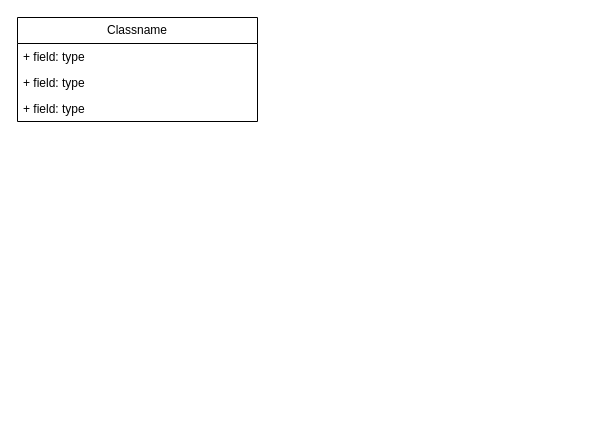
Above: docs/database.drawio in ViniciusCN9/nevermind-server (draw.io), before the change. Source tidied: cells renumbered, new cells numbered last; positions are measured from the earlier drawing's top-left corner, leaving out a move shared by most shapes. Both pictures are drawn from the tidied source at 100%, with x=0, y=0 at pixel (17, 17).
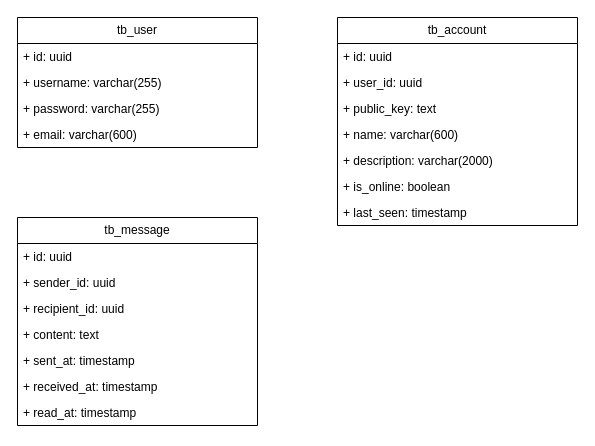
Above is the later version.

Commit message (it also covers changes not shown here):
Configuração inicial

Diff of the diagram source:
```diff
@@
-    <mxCell id="2" value="Classname" style="swimlane;fontStyle=0;horizontal=1;startSize=26;fillColor=none;whiteSpace=wrap;html=1;" parent="1" vertex="1">
-      <mxGeometry width="240" height="104" as="geometry" />
+    <mxCell id="2" value="tb_user" style="swimlane;fontStyle=0;horizontal=1;startSize=26;fillColor=none;whiteSpace=wrap;html=1;" parent="1" vertex="1">
+      <mxGeometry width="240" height="130" as="geometry" />
     </mxCell>
-    <mxCell id="3" value="+ field: type" style="text;strokeColor=none;fillColor=none;align=left;verticalAlign=top;spacingLeft=4;spacingRight=4;overflow=hidden;whiteSpace=wrap;html=1;" parent="2" vertex="1">
+    <mxCell id="3" value="+ id: uuid" style="text;strokeColor=none;fillColor=none;align=left;verticalAlign=top;spacingLeft=4;spacingRight=4;overflow=hidden;whiteSpace=wrap;html=1;" parent="2" vertex="1">
       <mxGeometry y="26" width="240" height="26" as="geometry" />
     </mxCell>
-    <mxCell id="4" value="+ field: type" style="text;strokeColor=none;fillColor=none;align=left;verticalAlign=top;spacingLeft=4;spacingRight=4;overflow=hidden;whiteSpace=wrap;html=1;" parent="2" vertex="1">
+    <mxCell id="4" value="+ username: varchar(255)" style="text;strokeColor=none;fillColor=none;align=left;verticalAlign=top;spacingLeft=4;spacingRight=4;overflow=hidden;whiteSpace=wrap;html=1;" parent="2" vertex="1">
       <mxGeometry y="52" width="240" height="26" as="geometry" />
     </mxCell>
-    <mxCell id="5" value="+ field: type" style="text;strokeColor=none;fillColor=none;align=left;verticalAlign=top;spacingLeft=4;spacingRight=4;overflow=hidden;whiteSpace=wrap;html=1;" parent="2" vertex="1">
-      <mxGeometry y="78" width="240" height="26" as="geometry" />
-    </mxCell>
+    <mxCell id="6" value="+ password: varchar(255)" style="text;strokeColor=none;fillColor=none;align=left;verticalAlign=top;spacingLeft=4;spacingRight=4;overflow=hidden;whiteSpace=wrap;html=1;" parent="2" vertex="1">
+      <mxGeometry y="78" width="240" height="26" as="geometry" />
+    </mxCell>
+    <mxCell id="7" value="+ email: varchar(600)" style="text;strokeColor=none;fillColor=none;align=left;verticalAlign=top;spacingLeft=4;spacingRight=4;overflow=hidden;whiteSpace=wrap;html=1;" parent="2" vertex="1">
+      <mxGeometry y="104" width="240" height="26" as="geometry" />
+    </mxCell>
+    <mxCell id="8" value="tb_account" style="swimlane;fontStyle=0;horizontal=1;startSize=26;fillColor=none;whiteSpace=wrap;html=1;" parent="1" vertex="1">
+      <mxGeometry x="320" width="240" height="208" as="geometry" />
+    </mxCell>
+    <mxCell id="9" value="+ id: uuid" style="text;strokeColor=none;fillColor=none;align=left;verticalAlign=top;spacingLeft=4;spacingRight=4;overflow=hidden;whiteSpace=wrap;html=1;" parent="8" vertex="1">
+      <mxGeometry y="26" width="240" height="26" as="geometry" />
+    </mxCell>
+    <mxCell id="10" value="+ user_id: uuid" style="text;strokeColor=none;fillColor=none;align=left;verticalAlign=top;spacingLeft=4;spacingRight=4;overflow=hidden;whiteSpace=wrap;html=1;" parent="8" vertex="1">
+      <mxGeometry y="52" width="240" height="26" as="geometry" />
+    </mxCell>
+    <mxCell id="11" value="+ public_key: text" style="text;strokeColor=none;fillColor=none;align=left;verticalAlign=top;spacingLeft=4;spacingRight=4;overflow=hidden;whiteSpace=wrap;html=1;" parent="8" vertex="1">
+      <mxGeometry y="78" width="240" height="26" as="geometry" />
+    </mxCell>
+    <mxCell id="12" value="+ name: varchar(600)" style="text;strokeColor=none;fillColor=none;align=left;verticalAlign=top;spacingLeft=4;spacingRight=4;overflow=hidden;whiteSpace=wrap;html=1;" parent="8" vertex="1">
+      <mxGeometry y="104" width="240" height="26" as="geometry" />
+    </mxCell>
+    <mxCell id="13" value="+ description: varchar(2000)" style="text;strokeColor=none;fillColor=none;align=left;verticalAlign=top;spacingLeft=4;spacingRight=4;overflow=hidden;whiteSpace=wrap;html=1;" parent="8" vertex="1">
+      <mxGeometry y="130" width="240" height="26" as="geometry" />
+    </mxCell>
+    <mxCell id="14" value="+ is_online: boolean" style="text;strokeColor=none;fillColor=none;align=left;verticalAlign=top;spacingLeft=4;spacingRight=4;overflow=hidden;whiteSpace=wrap;html=1;" parent="8" vertex="1">
+      <mxGeometry y="156" width="240" height="26" as="geometry" />
+    </mxCell>
+    <mxCell id="15" value="+ last_seen: timestamp" style="text;strokeColor=none;fillColor=none;align=left;verticalAlign=top;spacingLeft=4;spacingRight=4;overflow=hidden;whiteSpace=wrap;html=1;" parent="8" vertex="1">
+      <mxGeometry y="182" width="240" height="26" as="geometry" />
+    </mxCell>
+    <mxCell id="16" value="tb_message" style="swimlane;fontStyle=0;horizontal=1;startSize=26;fillColor=none;whiteSpace=wrap;html=1;" parent="1" vertex="1">
+      <mxGeometry y="200" width="240" height="208" as="geometry" />
+    </mxCell>
+    <mxCell id="17" value="+ id: uuid" style="text;strokeColor=none;fillColor=none;align=left;verticalAlign=top;spacingLeft=4;spacingRight=4;overflow=hidden;whiteSpace=wrap;html=1;" parent="16" vertex="1">
+      <mxGeometry y="26" width="240" height="26" as="geometry" />
+    </mxCell>
+    <mxCell id="18" value="+ sender_id: uuid" style="text;strokeColor=none;fillColor=none;align=left;verticalAlign=top;spacingLeft=4;spacingRight=4;overflow=hidden;whiteSpace=wrap;html=1;" parent="16" vertex="1">
+      <mxGeometry y="52" width="240" height="26" as="geometry" />
+    </mxCell>
+    <mxCell id="19" value="+ recipient_id: uuid" style="text;strokeColor=none;fillColor=none;align=left;verticalAlign=top;spacingLeft=4;spacingRight=4;overflow=hidden;whiteSpace=wrap;html=1;" parent="16" vertex="1">
+      <mxGeometry y="78" width="240" height="26" as="geometry" />
+    </mxCell>
+    <mxCell id="20" value="+ content: text" style="text;strokeColor=none;fillColor=none;align=left;verticalAlign=top;spacingLeft=4;spacingRight=4;overflow=hidden;whiteSpace=wrap;html=1;" parent="16" vertex="1">
+      <mxGeometry y="104" width="240" height="26" as="geometry" />
+    </mxCell>
+    <mxCell id="21" value="+ sent_at: timestamp" style="text;strokeColor=none;fillColor=none;align=left;verticalAlign=top;spacingLeft=4;spacingRight=4;overflow=hidden;whiteSpace=wrap;html=1;" parent="16" vertex="1">
+      <mxGeometry y="130" width="240" height="26" as="geometry" />
+    </mxCell>
+    <mxCell id="22" value="+ received_at: timestamp" style="text;strokeColor=none;fillColor=none;align=left;verticalAlign=top;spacingLeft=4;spacingRight=4;overflow=hidden;whiteSpace=wrap;html=1;" parent="16" vertex="1">
+      <mxGeometry y="156" width="240" height="26" as="geometry" />
+    </mxCell>
+    <mxCell id="23" value="+ read_at: timestamp" style="text;strokeColor=none;fillColor=none;align=left;verticalAlign=top;spacingLeft=4;spacingRight=4;overflow=hidden;whiteSpace=wrap;html=1;" parent="16" vertex="1">
+      <mxGeometry y="182" width="240" height="26" as="geometry" />
+    </mxCell>
```
